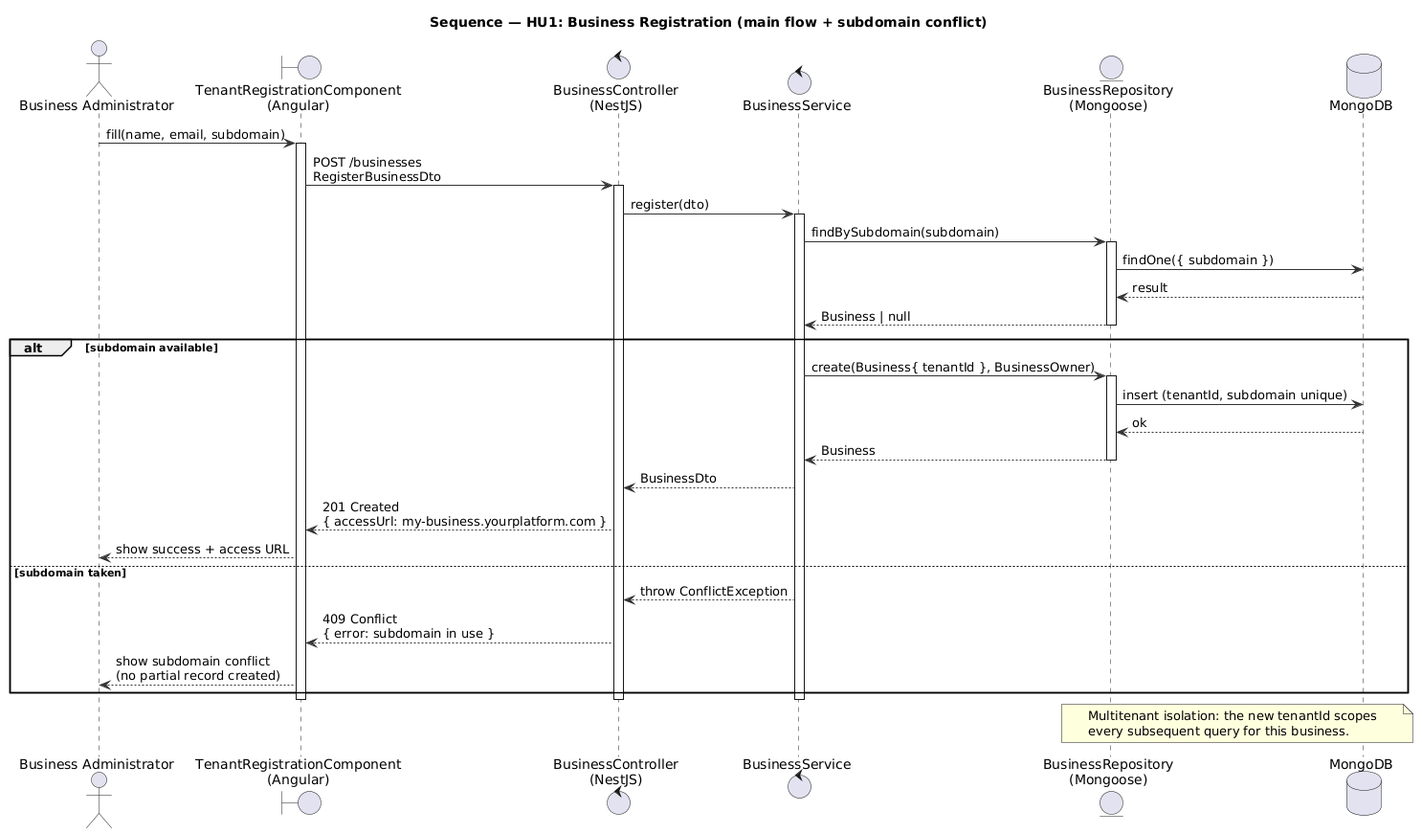
Earlier version of the PlantUML export system_architecture/design_view/sequence_hu1_business-registration.png (jose-korvusinc/finalproject-lidr-i4devs). Source of this version:
```plantuml
@startuml sequence_hu1_business-registration
skinparam shadowing false
skinparam defaultFontName "Helvetica"
skinparam backgroundColor White
skinparam ArrowColor #333333

title Sequence — HU1: Business Registration (main flow + subdomain conflict)

actor "Business Administrator" as admin
boundary "TenantRegistrationComponent\n(Angular)" as ui
control "BusinessController\n(NestJS)" as ctrl
control "BusinessService" as svc
entity "BusinessRepository\n(Mongoose)" as repo
database "MongoDB" as db

admin -> ui : fill(name, email, subdomain)
activate ui
ui -> ctrl : POST /businesses\nRegisterBusinessDto
activate ctrl
ctrl -> svc : register(dto)
activate svc

svc -> repo : findBySubdomain(subdomain)
activate repo
repo -> db : findOne({ subdomain })
db --> repo : result
repo --> svc : Business | null
deactivate repo

alt subdomain available
  svc -> repo : create(Business{ tenantId }, BusinessOwner)
  activate repo
  repo -> db : insert (tenantId, subdomain unique)
  db --> repo : ok
  repo --> svc : Business
  deactivate repo
  svc --> ctrl : BusinessDto
  ctrl --> ui : 201 Created\n{ accessUrl: my-business.yourplatform.com }
  ui --> admin : show success + access URL
else subdomain taken
  svc --> ctrl : throw ConflictException
  ctrl --> ui : 409 Conflict\n{ error: subdomain in use }
  ui --> admin : show subdomain conflict\n(no partial record created)
end

deactivate svc
deactivate ctrl
deactivate ui

note over repo, db
  Multitenant isolation: the new tenantId scopes
  every subsequent query for this business.
end note
@enduml
```
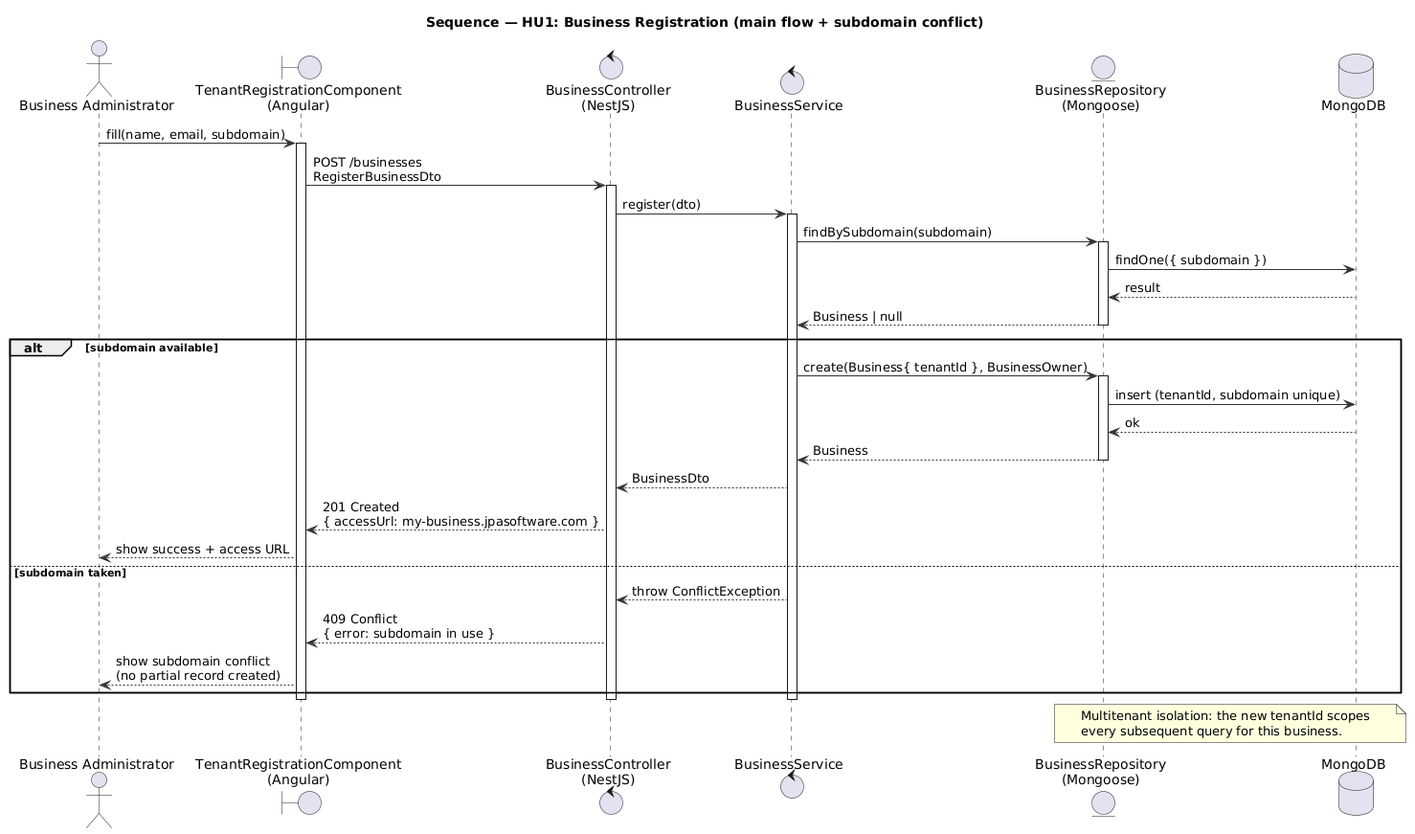
The same diagram one commit later.

The edit, as a diff of the source:
```diff
@@ -35,7 +35,7 @@
   repo --> svc : Business
   deactivate repo
   svc --> ctrl : BusinessDto
-  ctrl --> ui : 201 Created\n{ accessUrl: my-business.yourplatform.com }
+  ctrl --> ui : 201 Created\n{ accessUrl: my-business.jpasoftware.com }
   ui --> admin : show success + access URL
 else subdomain taken
   svc --> ctrl : throw ConflictException
```
